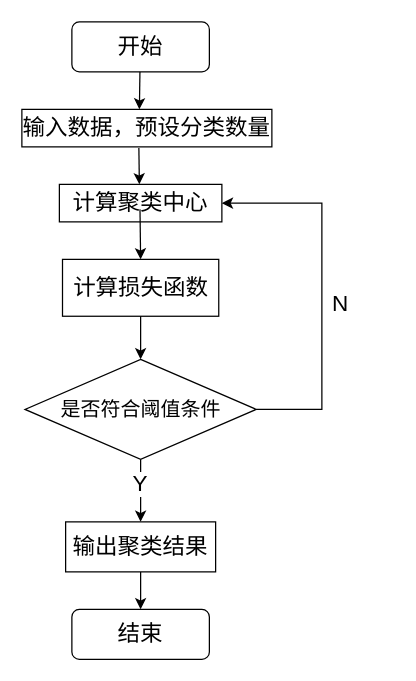
Earlier version of the draw.io diagram temporary/Kmeans.drawio (kristinsm/ReviewData). Source tidied: cells renumbered, new cells numbered last; positions are measured from the earlier drawing's top-left corner, leaving out a move shared by most shapes. Both pictures are drawn from the tidied source at 125%, with x=0, y=0 at pixel (21, 21).
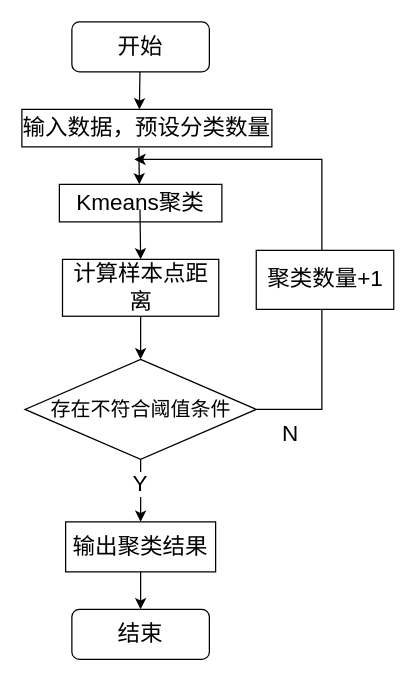
The same page after the edit.

Diff of the diagram source:
```diff
@@
-    <mxCell id="6" value="计算聚类中心" style="rounded=0;whiteSpace=wrap;html=1;fontSize=18;" parent="1" vertex="1">
+    <mxCell id="6" value="Kmeans聚类" style="rounded=0;whiteSpace=wrap;html=1;fontSize=18;" parent="1" vertex="1">
       <mxGeometry x="30" y="130" width="130" height="30" as="geometry" />
     </mxCell>
@@
-    <mxCell id="8" value="&lt;font size=&quot;3&quot;&gt;是否符合阈值条件&lt;/font&gt;" style="rhombus;whiteSpace=wrap;html=1;" parent="1" vertex="1">
+    <mxCell id="8" value="&lt;font size=&quot;3&quot;&gt;存在不符合阈值条件&lt;/font&gt;" style="rhombus;whiteSpace=wrap;html=1;" parent="1" vertex="1">
       <mxGeometry x="2.5" y="270" width="185" height="80" as="geometry" />
     </mxCell>
@@
-    <mxCell id="10" value="计算损失函数" style="rounded=0;whiteSpace=wrap;html=1;fontSize=18;" parent="1" vertex="1">
+    <mxCell id="10" value="计算样本点距离" style="rounded=0;whiteSpace=wrap;html=1;fontSize=18;" parent="1" vertex="1">
       <mxGeometry x="32.5" y="190" width="125" height="45.5" as="geometry" />
     </mxCell>
@@
-    <mxCell id="12" style="endArrow=classic;html=1;rounded=0;fontSize=18;entryX=1;entryY=0.5;entryDx=0;entryDy=0;" parent="1" edge="1" target="6">
+    <mxCell id="12" style="endArrow=classic;html=1;rounded=0;fontSize=18;" parent="1" edge="1">
       <mxGeometry relative="1" as="geometry">
         <mxPoint x="187.5" y="310" as="sourcePoint" />
+        <mxPoint x="90" y="110" as="targetPoint" />
         <Array as="points">
           <mxPoint x="240" y="310" />
-          <mxPoint x="240" y="145" />
+          <mxPoint x="240" y="110" />
         </Array>
       </mxGeometry>
     </mxCell>
     <mxCell id="13" value="N" style="text;html=1;strokeColor=none;fillColor=none;align=center;verticalAlign=middle;whiteSpace=wrap;rounded=0;fontSize=18;" parent="1" vertex="1">
-      <mxGeometry x="240" y="215.5" width="30" height="20" as="geometry" />
+      <mxGeometry x="200" y="320" width="30" height="20" as="geometry" />
     </mxCell>
@@
+    <mxCell id="19" value="&lt;font style=&quot;font-size: 18px;&quot;&gt;聚类数量+1&lt;/font&gt;" style="rounded=0;whiteSpace=wrap;html=1;" parent="1" vertex="1">
+      <mxGeometry x="187.5" y="182.8" width="110" height="47.2" as="geometry" />
+    </mxCell>
```
